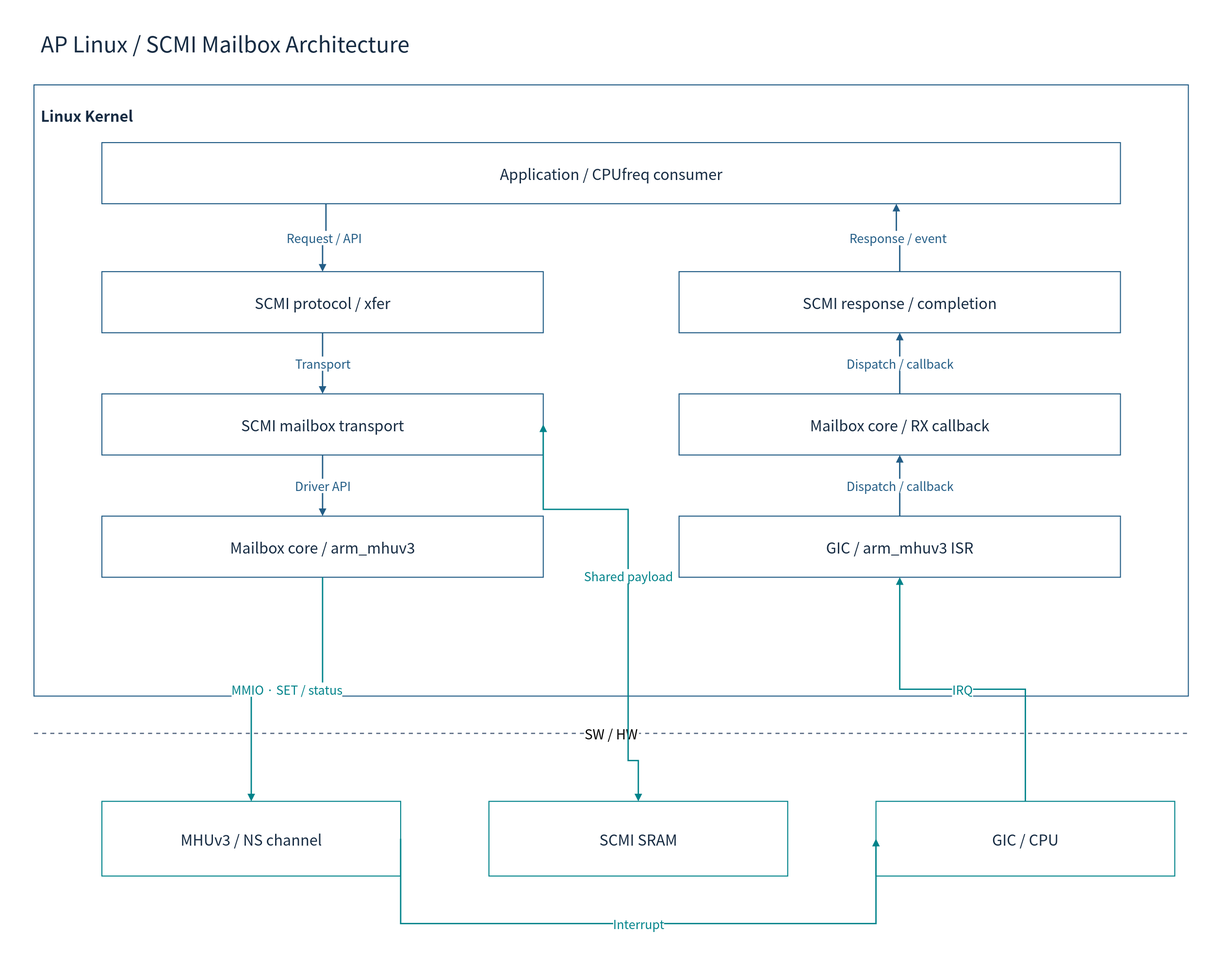
This is doc/phase1/mailbox/diagrams/09-linux-software.drawio.svg from cometzero/project-apollo, a draw.io export, as it was before one commit. Source tidied: cells renumbered, new cells last; positions are measured from the earlier drawing's top-left corner, leaving out a move shared by most shapes.
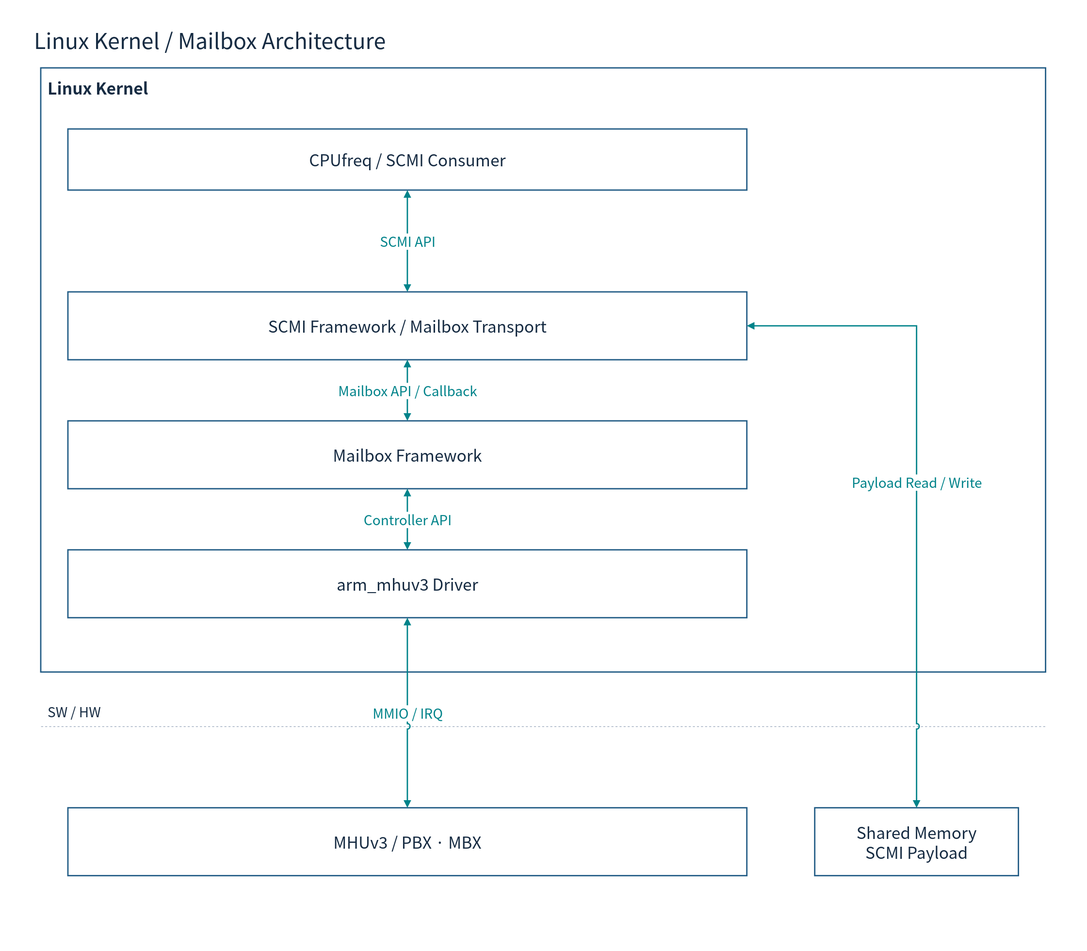
Later version of the same file.

Commit message:
docs(mailbox): clarify topology and diagrams

Diff of the diagram source:
```diff
@@ -2,90 +2,61 @@
   <root>
     <mxCell id="0" />
     <mxCell id="1" parent="0" />
-    <mxCell id="2" style="rounded=0;whiteSpace=wrap;html=1;fillColor=#FFFFFF;strokeColor=none;strokeWidth=1.5;fontColor=#172C43;fontFamily=Noto Sans CJK KR;fontSize=22;spacing=10;" parent="1" vertex="1">
-      <mxGeometry width="1800" height="1420" as="geometry" />
+    <mxCell id="2" style="rounded=0;whiteSpace=wrap;html=1;fillColor=#FFFFFF;strokeColor=#235D86;strokeWidth=2;fontColor=#172C43;fontFamily=Noto Sans CJK KR;fontSize=24;spacing=10;strokeColor=none;" parent="1" vertex="1">
+      <mxGeometry width="1600" height="1400" as="geometry" />
     </mxCell>
-    <mxCell id="3" value="AP Linux / SCMI Mailbox Architecture" style="rounded=0;whiteSpace=wrap;html=1;fillColor=#FFFFFF;strokeColor=none;strokeWidth=1.5;fontColor=#172C43;fontFamily=Noto Sans CJK KR;fontSize=22;spacing=10;fontSize=32;align=left;" parent="1" vertex="1">
-      <mxGeometry x="50" y="30" width="1700" height="65" as="geometry" />
+    <mxCell id="3" value="Linux Kernel / Mailbox Architecture" style="rounded=0;whiteSpace=wrap;html=1;fillColor=#FFFFFF;strokeColor=#235D86;strokeWidth=2;fontColor=#172C43;fontFamily=Noto Sans CJK KR;fontSize=24;spacing=10;strokeColor=none;fontSize=32;align=left;" parent="1" vertex="1">
+      <mxGeometry x="40" y="25" width="1520" height="65" as="geometry" />
     </mxCell>
-    <mxCell id="4" value="Linux Kernel" style="rounded=0;whiteSpace=wrap;html=1;fillColor=#FFFFFF;strokeColor=#235D86;strokeWidth=1.5;fontColor=#172C43;fontFamily=Noto Sans CJK KR;fontSize=22;spacing=10;verticalAlign=top;fontStyle=1;spacingTop=16;align=left;" parent="1" vertex="1">
-      <mxGeometry x="50" y="125" width="1700" height="900" as="geometry" />
+    <mxCell id="4" value="Linux Kernel" style="rounded=0;whiteSpace=wrap;html=1;fillColor=#FFFFFF;strokeColor=#235D86;strokeWidth=2;fontColor=#172C43;fontFamily=Noto Sans CJK KR;fontSize=24;spacing=10;verticalAlign=top;align=left;fontStyle=1;" parent="1" vertex="1">
+      <mxGeometry x="60" y="100" width="1480" height="890" as="geometry" />
     </mxCell>
-    <mxCell id="5" value="Application / CPUfreq consumer" style="rounded=0;whiteSpace=wrap;html=1;fillColor=#FFFFFF;strokeColor=#235D86;strokeWidth=1.5;fontColor=#172C43;fontFamily=Noto Sans CJK KR;fontSize=22;spacing=10;" parent="4" vertex="1">
-      <mxGeometry x="100" y="85" width="1500" height="90" as="geometry" />
+    <mxCell id="5" value="CPUfreq / SCMI Consumer" style="rounded=0;whiteSpace=wrap;html=1;fillColor=#FFFFFF;strokeColor=#235D86;strokeWidth=2;fontColor=#172C43;fontFamily=Noto Sans CJK KR;fontSize=24;spacing=10;" parent="4" vertex="1">
+      <mxGeometry x="40" y="90" width="1000" height="90" as="geometry" />
     </mxCell>
-    <mxCell id="6" value="SCMI protocol / xfer" style="rounded=0;whiteSpace=wrap;html=1;fillColor=#FFFFFF;strokeColor=#235D86;strokeWidth=1.5;fontColor=#172C43;fontFamily=Noto Sans CJK KR;fontSize=22;spacing=10;" parent="4" vertex="1">
-      <mxGeometry x="100" y="275" width="650" height="90" as="geometry" />
-    </mxCell>
-    <mxCell id="7" value="SCMI mailbox transport" style="rounded=0;whiteSpace=wrap;html=1;fillColor=#FFFFFF;strokeColor=#235D86;strokeWidth=1.5;fontColor=#172C43;fontFamily=Noto Sans CJK KR;fontSize=22;spacing=10;" parent="4" vertex="1">
-      <mxGeometry x="100" y="455" width="650" height="90" as="geometry" />
-    </mxCell>
-    <mxCell id="8" value="Mailbox core / arm_mhuv3" style="rounded=0;whiteSpace=wrap;html=1;fillColor=#FFFFFF;strokeColor=#235D86;strokeWidth=1.5;fontColor=#172C43;fontFamily=Noto Sans CJK KR;fontSize=22;spacing=10;" parent="4" vertex="1">
-      <mxGeometry x="100" y="635" width="650" height="90" as="geometry" />
-    </mxCell>
-    <mxCell id="9" value="SCMI response / completion" style="rounded=0;whiteSpace=wrap;html=1;fillColor=#FFFFFF;strokeColor=#235D86;strokeWidth=1.5;fontColor=#172C43;fontFamily=Noto Sans CJK KR;fontSize=22;spacing=10;" parent="4" vertex="1">
-      <mxGeometry x="950" y="275" width="650" height="90" as="geometry" />
-    </mxCell>
-    <mxCell id="10" value="Mailbox core / RX callback" style="rounded=0;whiteSpace=wrap;html=1;fillColor=#FFFFFF;strokeColor=#235D86;strokeWidth=1.5;fontColor=#172C43;fontFamily=Noto Sans CJK KR;fontSize=22;spacing=10;" parent="4" vertex="1">
-      <mxGeometry x="950" y="455" width="650" height="90" as="geometry" />
-    </mxCell>
-    <mxCell id="11" value="GIC / arm_mhuv3 ISR" style="rounded=0;whiteSpace=wrap;html=1;fillColor=#FFFFFF;strokeColor=#235D86;strokeWidth=1.5;fontColor=#172C43;fontFamily=Noto Sans CJK KR;fontSize=22;spacing=10;" parent="4" vertex="1">
-      <mxGeometry x="950" y="635" width="650" height="90" as="geometry" />
-    </mxCell>
-    <mxCell id="12" value="Request / API" style="edgeStyle=orthogonalEdgeStyle;rounded=0;html=1;endArrow=block;endFill=1;strokeWidth=2;strokeColor=#235D86;fontColor=#235D86;fontFamily=Noto Sans CJK KR;fontSize=18;labelBackgroundColor=#FFFFFF;exitX=0.22;exitY=1;entryX=0.5;entryY=0;" parent="1" edge="1" source="5" target="6">
-      <mxGeometry relative="1" as="geometry" />
-    </mxCell>
-    <mxCell id="13" value="Transport" style="edgeStyle=orthogonalEdgeStyle;rounded=0;html=1;endArrow=block;endFill=1;strokeWidth=2;strokeColor=#235D86;fontColor=#235D86;fontFamily=Noto Sans CJK KR;fontSize=18;labelBackgroundColor=#FFFFFF;exitX=0.5;exitY=1;entryX=0.5;entryY=0;" parent="1" edge="1" source="6" target="7">
-      <mxGeometry relative="1" as="geometry" />
-    </mxCell>
-    <mxCell id="14" value="Driver API" style="edgeStyle=orthogonalEdgeStyle;rounded=0;html=1;endArrow=block;endFill=1;strokeWidth=2;strokeColor=#235D86;fontColor=#235D86;fontFamily=Noto Sans CJK KR;fontSize=18;labelBackgroundColor=#FFFFFF;exitX=0.5;exitY=1;entryX=0.5;entryY=0;" parent="1" edge="1" source="7" target="8">
-      <mxGeometry relative="1" as="geometry" />
-    </mxCell>
-    <mxCell id="15" value="Dispatch / callback" style="edgeStyle=orthogonalEdgeStyle;rounded=0;html=1;endArrow=block;endFill=1;strokeWidth=2;strokeColor=#235D86;fontColor=#235D86;fontFamily=Noto Sans CJK KR;fontSize=18;labelBackgroundColor=#FFFFFF;exitX=0.5;exitY=0;entryX=0.5;entryY=1;" parent="1" edge="1" source="10" target="9">
-      <mxGeometry relative="1" as="geometry" />
-    </mxCell>
-    <mxCell id="16" value="Dispatch / callback" style="edgeStyle=orthogonalEdgeStyle;rounded=0;html=1;endArrow=block;endFill=1;strokeWidth=2;strokeColor=#235D86;fontColor=#235D86;fontFamily=Noto Sans CJK KR;fontSize=18;labelBackgroundColor=#FFFFFF;exitX=0.5;exitY=0;entryX=0.5;entryY=1;" parent="1" edge="1" source="11" target="10">
-      <mxGeometry relative="1" as="geometry" />
-    </mxCell>
-    <mxCell id="17" value="Response / event" style="edgeStyle=orthogonalEdgeStyle;rounded=0;html=1;endArrow=block;endFill=1;strokeWidth=2;strokeColor=#235D86;fontColor=#235D86;fontFamily=Noto Sans CJK KR;fontSize=18;labelBackgroundColor=#FFFFFF;exitX=0.5;exitY=0;entryX=0.78;entryY=1;" parent="1" edge="1" source="9" target="5">
-      <mxGeometry relative="1" as="geometry" />
-    </mxCell>
+    <mxCell id="26" value="SCMI Framework / Mailbox Transport" style="rounded=0;whiteSpace=wrap;html=1;fillColor=#FFFFFF;strokeColor=#235D86;strokeWidth=2;fontColor=#172C43;fontFamily=Noto Sans CJK KR;fontSize=24;spacing=10;" parent="4" vertex="1">
+      <mxGeometry x="40" y="330" width="1000" height="100" as="geometry" />
+    </mxCell>
+    <mxCell id="27" value="Mailbox Framework" style="rounded=0;whiteSpace=wrap;html=1;fillColor=#FFFFFF;strokeColor=#235D86;strokeWidth=2;fontColor=#172C43;fontFamily=Noto Sans CJK KR;fontSize=24;spacing=10;" parent="4" vertex="1">
+      <mxGeometry x="40" y="520" width="1000" height="100" as="geometry" />
+    </mxCell>
+    <mxCell id="28" value="arm_mhuv3 Driver" style="rounded=0;whiteSpace=wrap;html=1;fillColor=#FFFFFF;strokeColor=#235D86;strokeWidth=2;fontColor=#172C43;fontFamily=Noto Sans CJK KR;fontSize=24;spacing=10;" parent="4" vertex="1">
+      <mxGeometry x="40" y="710" width="1000" height="100" as="geometry" />
+    </mxCell>
+    <mxCell id="29" value="SCMI API" style="edgeStyle=orthogonalEdgeStyle;rounded=0;html=1;endArrow=block;endFill=1;strokeWidth=2;strokeColor=#00838A;fontColor=#00838A;fontFamily=Noto Sans CJK KR;fontSize=20;labelBackgroundColor=#FFFFFF;jumpStyle=arc;startArrow=block;startFill=1;exitX=0.5;exitY=1;entryX=0.5;entryY=0;" parent="1" edge="1" source="5" target="26">
+      <mxGeometry relative="1" as="geometry" />
+    </mxCell>
+    <mxCell id="30" value="Mailbox API / Callback" style="edgeStyle=orthogonalEdgeStyle;rounded=0;html=1;endArrow=block;endFill=1;strokeWidth=2;strokeColor=#00838A;fontColor=#00838A;fontFamily=Noto Sans CJK KR;fontSize=20;labelBackgroundColor=#FFFFFF;jumpStyle=arc;startArrow=block;startFill=1;exitX=0.5;exitY=1;entryX=0.5;entryY=0;" parent="1" edge="1" source="26" target="27">
+      <mxGeometry relative="1" as="geometry" />
+    </mxCell>
+    <mxCell id="31" value="Controller API" style="edgeStyle=orthogonalEdgeStyle;rounded=0;html=1;endArrow=block;endFill=1;strokeWidth=2;strokeColor=#00838A;fontColor=#00838A;fontFamily=Noto Sans CJK KR;fontSize=20;labelBackgroundColor=#FFFFFF;jumpStyle=arc;startArrow=block;startFill=1;exitX=0.5;exitY=1;entryX=0.5;entryY=0;" parent="1" edge="1" source="27" target="28">
+      <mxGeometry relative="1" as="geometry" />
+    </mxCell>
-    <mxCell id="18" value="SW / HW" style="endArrow=none;dashed=1;strokeColor=#64748B;strokeWidth=2;fontSize=20;labelBackgroundColor=#FFFFFF;fontFamily=Noto Sans CJK KR;" parent="1" edge="1">
-      <mxGeometry relative="1" as="geometry">
-        <mxPoint x="50" y="1080" as="sourcePoint" />
-        <mxPoint x="1750" y="1080" as="targetPoint" />
-      </mxGeometry>
+    <mxCell id="18" value="SW / HW" style="rounded=0;whiteSpace=wrap;html=1;fillColor=#FFFFFF;strokeColor=#235D86;strokeWidth=2;fontColor=#172C43;fontFamily=Noto Sans CJK KR;fontSize=24;spacing=10;strokeColor=none;align=left;fontSize=20;" parent="1" vertex="1">
+      <mxGeometry x="60" y="1030" width="1480" height="35" as="geometry" />
     </mxCell>
-    <mxCell id="19" value="MHUv3 / NS channel" style="rounded=0;whiteSpace=wrap;html=1;fillColor=#FFFFFF;strokeColor=#00838A;strokeWidth=1.5;fontColor=#172C43;fontFamily=Noto Sans CJK KR;fontSize=22;spacing=10;" parent="1" vertex="1">
-      <mxGeometry x="150" y="1180" width="440" height="110" as="geometry" />
-    </mxCell>
-    <mxCell id="20" value="SCMI SRAM" style="rounded=0;whiteSpace=wrap;html=1;fillColor=#FFFFFF;strokeColor=#00838A;strokeWidth=1.5;fontColor=#172C43;fontFamily=Noto Sans CJK KR;fontSize=22;spacing=10;" parent="1" vertex="1">
-      <mxGeometry x="720" y="1180" width="440" height="110" as="geometry" />
-    </mxCell>
-    <mxCell id="21" value="GIC / CPU" style="rounded=0;whiteSpace=wrap;html=1;fillColor=#FFFFFF;strokeColor=#00838A;strokeWidth=1.5;fontColor=#172C43;fontFamily=Noto Sans CJK KR;fontSize=22;spacing=10;" parent="1" vertex="1">
-      <mxGeometry x="1290" y="1180" width="440" height="110" as="geometry" />
-    </mxCell>
-    <mxCell id="22" value="MMIO · SET / status" style="edgeStyle=orthogonalEdgeStyle;rounded=0;html=1;endArrow=block;endFill=1;strokeWidth=2;strokeColor=#00838A;fontColor=#00838A;fontFamily=Noto Sans CJK KR;fontSize=18;labelBackgroundColor=#FFFFFF;exitX=0.5;exitY=1;entryX=0.5;entryY=0;" parent="1" edge="1" source="8" target="19">
-      <mxGeometry relative="1" as="geometry" />
-    </mxCell>
-    <mxCell id="23" value="IRQ" style="edgeStyle=orthogonalEdgeStyle;rounded=0;html=1;endArrow=block;endFill=1;strokeWidth=2;strokeColor=#00838A;fontColor=#00838A;fontFamily=Noto Sans CJK KR;fontSize=18;labelBackgroundColor=#FFFFFF;exitX=0.5;exitY=0;entryX=0.5;entryY=1;" parent="1" edge="1" source="21" target="11">
-      <mxGeometry relative="1" as="geometry" />
-    </mxCell>
-    <mxCell id="24" value="Interrupt" style="edgeStyle=orthogonalEdgeStyle;rounded=0;html=1;endArrow=block;endFill=1;strokeWidth=2;strokeColor=#00838A;fontColor=#00838A;fontFamily=Noto Sans CJK KR;fontSize=18;labelBackgroundColor=#FFFFFF;exitX=1;exitY=0.5;entryX=0;entryY=0.5;" parent="1" edge="1" source="19" target="21">
-      <mxGeometry relative="1" as="geometry">
-        <Array as="points">
-          <mxPoint x="650" y="1360" />
-          <mxPoint x="1500" y="1360" />
-        </Array>
-      </mxGeometry>
-    </mxCell>
-    <mxCell id="25" value="Shared payload" style="edgeStyle=orthogonalEdgeStyle;rounded=0;html=1;endArrow=block;endFill=1;strokeWidth=2;strokeColor=#00838A;fontColor=#00838A;fontFamily=Noto Sans CJK KR;fontSize=18;labelBackgroundColor=#FFFFFF;exitX=1;exitY=0.5;entryX=0.5;entryY=0;startArrow=block;startFill=1;" parent="1" edge="1" source="7" target="20">
-      <mxGeometry relative="1" as="geometry">
-        <Array as="points">
-          <mxPoint x="925" y="750" />
-          <mxPoint x="925" y="1120" />
-        </Array>
-      </mxGeometry>
-    </mxCell>
+    <mxCell id="32" style="endArrow=none;dashed=1;strokeColor=#94A3B8;" parent="1" edge="1">
+      <mxGeometry relative="1" as="geometry">
+        <mxPoint x="60" y="1070" as="sourcePoint" />
+        <mxPoint x="1540" y="1070" as="targetPoint" />
+      </mxGeometry>
+    </mxCell>
+    <mxCell id="33" value="MHUv3 / PBX · MBX" style="rounded=0;whiteSpace=wrap;html=1;fillColor=#FFFFFF;strokeColor=#235D86;strokeWidth=2;fontColor=#172C43;fontFamily=Noto Sans CJK KR;fontSize=24;spacing=10;" parent="1" vertex="1">
+      <mxGeometry x="100" y="1190" width="1000" height="100" as="geometry" />
+    </mxCell>
+    <mxCell id="34" value="Shared Memory&lt;br&gt;SCMI Payload" style="rounded=0;whiteSpace=wrap;html=1;fillColor=#FFFFFF;strokeColor=#235D86;strokeWidth=2;fontColor=#172C43;fontFamily=Noto Sans CJK KR;fontSize=24;spacing=10;" parent="1" vertex="1">
+      <mxGeometry x="1200" y="1190" width="300" height="100" as="geometry" />
+    </mxCell>
+    <mxCell id="35" value="MMIO / IRQ" style="edgeStyle=orthogonalEdgeStyle;rounded=0;html=1;endArrow=block;endFill=1;strokeWidth=2;strokeColor=#00838A;fontColor=#00838A;fontFamily=Noto Sans CJK KR;fontSize=20;labelBackgroundColor=#FFFFFF;jumpStyle=arc;startArrow=block;startFill=1;exitX=0.5;exitY=1;entryX=0.5;entryY=0;" parent="1" edge="1" source="28" target="33">
+      <mxGeometry relative="1" as="geometry" />
+    </mxCell>
+    <mxCell id="36" value="Payload Read / Write" style="edgeStyle=orthogonalEdgeStyle;rounded=0;html=1;endArrow=block;endFill=1;strokeWidth=2;strokeColor=#00838A;fontColor=#00838A;fontFamily=Noto Sans CJK KR;fontSize=20;labelBackgroundColor=#FFFFFF;jumpStyle=arc;startArrow=block;startFill=1;exitX=1;exitY=0.5;entryX=0.5;entryY=0;" parent="1" edge="1" source="26" target="34">
+      <mxGeometry relative="1" as="geometry">
+        <Array as="points">
+          <mxPoint x="1350" y="480" />
+          <mxPoint x="1350" y="1100" />
+        </Array>
+      </mxGeometry>
+    </mxCell>
   </root>
 </mxGraphModel>
```
